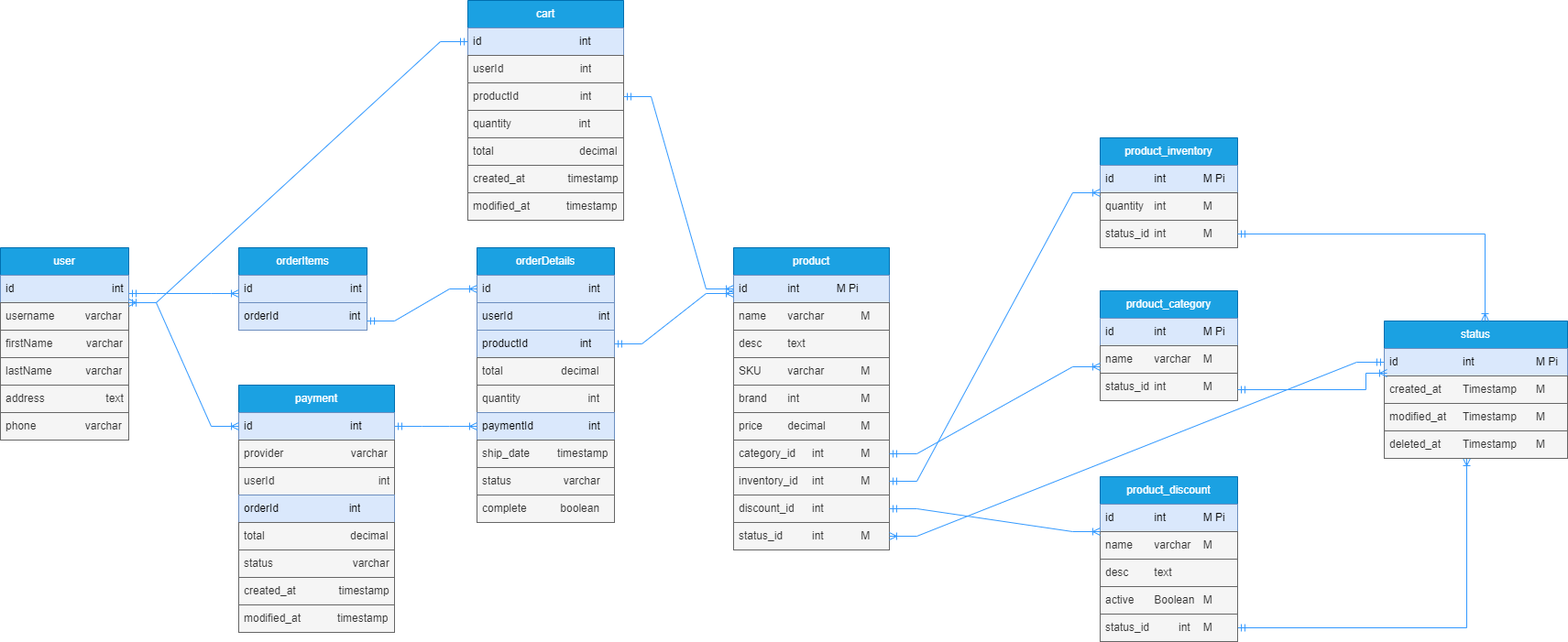
This is ecommerce.png from sharifmajumdar/fs14-ecommerce-erd, a draw.io export, as it was before one commit. Source tidied: cells renumbered, new cells last; positions are measured from the earlier drawing's top-left corner, leaving out a move shared by most shapes.
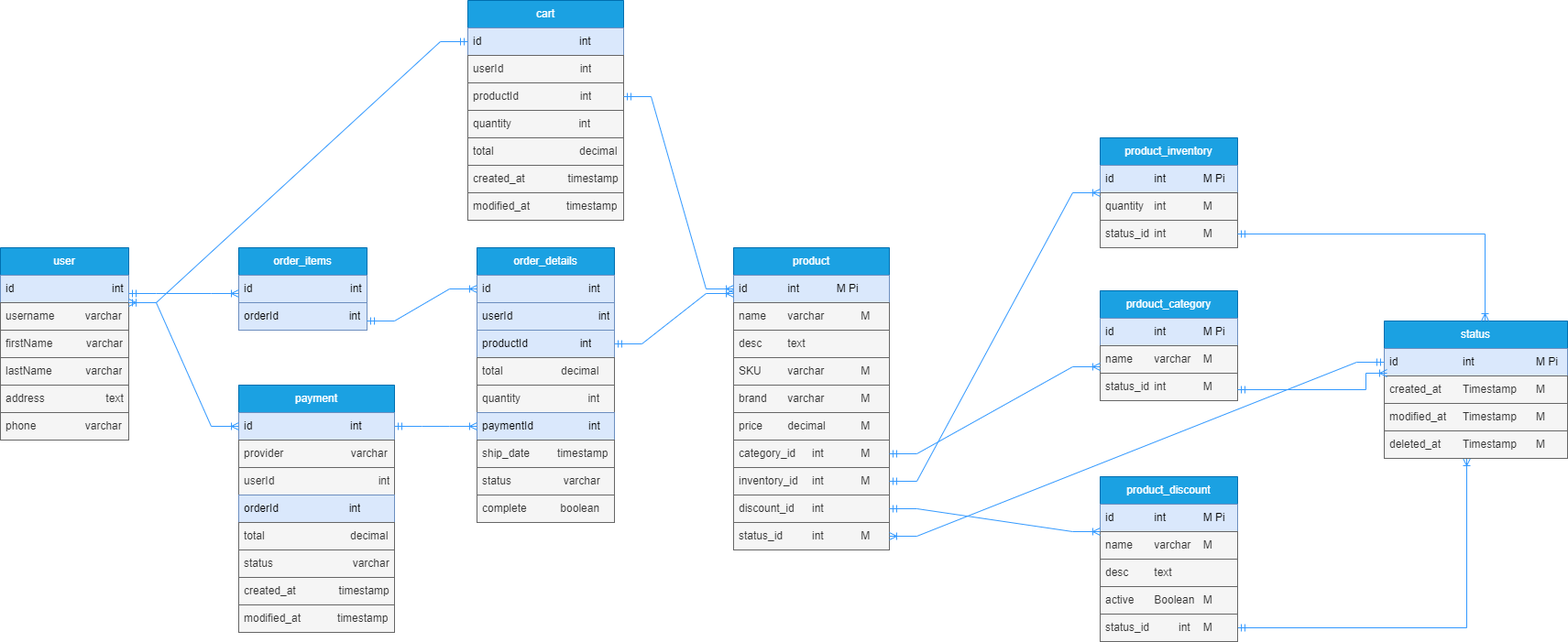
After the commit.

Change to the diagram source:
```diff
@@ -8,7 +8,7 @@
         <mxPoint x="329" y="290" as="targetPoint" />
       </mxGeometry>
     </mxCell>
-    <mxCell id="3" value="orderItems" style="swimlane;fontStyle=0;horizontal=1;startSize=30;whiteSpace=wrap;html=1;fillColor=#1ba1e2;strokeColor=#006EAF;fontColor=#ffffff;" parent="1" vertex="1">
+    <mxCell id="3" value="order_items" style="swimlane;fontStyle=0;horizontal=1;startSize=30;whiteSpace=wrap;html=1;fillColor=#1ba1e2;strokeColor=#006EAF;fontColor=#ffffff;" parent="1" vertex="1">
       <mxGeometry x="260" y="270" width="140" height="90" as="geometry" />
     </mxCell>
     <mxCell id="4" value="id&amp;nbsp; &amp;nbsp; &amp;nbsp; &amp;nbsp; &amp;nbsp; &amp;nbsp; &amp;nbsp; &amp;nbsp; &amp;nbsp; &amp;nbsp; &amp;nbsp; &amp;nbsp; &amp;nbsp; &amp;nbsp; &amp;nbsp; &amp;nbsp; int" style="text;align=left;verticalAlign=middle;spacingLeft=4;spacingRight=4;overflow=hidden;whiteSpace=wrap;html=1;fillColor=#dae8fc;fontColor=default;strokeColor=#6c8ebf;" parent="3" vertex="1">
@@ -17,7 +17,7 @@
     <mxCell id="5" value="orderId&amp;nbsp; &amp;nbsp; &amp;nbsp; &amp;nbsp; &amp;nbsp; &amp;nbsp; &amp;nbsp; &amp;nbsp; &amp;nbsp; &amp;nbsp; &amp;nbsp; &amp;nbsp;int" style="text;strokeColor=#6c8ebf;fillColor=#dae8fc;align=left;verticalAlign=middle;spacingLeft=4;spacingRight=4;overflow=hidden;whiteSpace=wrap;html=1;" parent="3" vertex="1">
       <mxGeometry y="60" width="140" height="30" as="geometry" />
     </mxCell>
-    <mxCell id="6" value="orderDetails" style="swimlane;fontStyle=0;horizontal=1;startSize=30;whiteSpace=wrap;html=1;fillColor=#1ba1e2;strokeColor=#006EAF;fontColor=#ffffff;" parent="1" vertex="1">
+    <mxCell id="6" value="order_details" style="swimlane;fontStyle=0;horizontal=1;startSize=30;whiteSpace=wrap;html=1;fillColor=#1ba1e2;strokeColor=#006EAF;fontColor=#ffffff;" parent="1" vertex="1">
       <mxGeometry x="520" y="270" width="150" height="300" as="geometry" />
     </mxCell>
     <mxCell id="7" value="id&amp;nbsp; &amp;nbsp; &amp;nbsp; &amp;nbsp; &amp;nbsp; &amp;nbsp; &amp;nbsp; &amp;nbsp; &amp;nbsp; &amp;nbsp; &amp;nbsp; &amp;nbsp; &amp;nbsp; &amp;nbsp; &amp;nbsp; &amp;nbsp; int" style="text;strokeColor=#6c8ebf;fillColor=#dae8fc;align=left;verticalAlign=middle;spacingLeft=4;spacingRight=4;overflow=hidden;points=[[0,0.5],[1,0.5]];portConstraint=eastwest;whiteSpace=wrap;html=1;" parent="6" vertex="1">
@@ -86,7 +86,7 @@
     <mxCell id="28" value="SKU&lt;span style=&quot;white-space: pre;&quot;&gt;&#9;&lt;/span&gt;&lt;span style=&quot;white-space: pre;&quot;&gt;&#9;&lt;/span&gt;varchar&lt;span style=&quot;white-space: pre;&quot;&gt;&#9;&lt;span style=&quot;white-space: pre;&quot;&gt;&#9;&lt;/span&gt;&lt;/span&gt;M" style="text;strokeColor=#666666;fillColor=#f5f5f5;align=left;verticalAlign=middle;spacingLeft=4;spacingRight=4;overflow=hidden;whiteSpace=wrap;html=1;fontColor=#333333;" parent="24" vertex="1">
       <mxGeometry y="120" width="170" height="30" as="geometry" />
     </mxCell>
-    <mxCell id="29" value="brand&lt;span style=&quot;white-space: pre;&quot;&gt;&#9;&lt;/span&gt;int&lt;span style=&quot;white-space: pre;&quot;&gt;&#9;&lt;/span&gt;&lt;span style=&quot;white-space: pre;&quot;&gt;&#9;&lt;span style=&quot;white-space: pre;&quot;&gt;&#9;&lt;/span&gt;&lt;/span&gt;M" style="text;strokeColor=#666666;fillColor=#f5f5f5;align=left;verticalAlign=middle;spacingLeft=4;spacingRight=4;overflow=hidden;whiteSpace=wrap;html=1;fontColor=#333333;" parent="24" vertex="1">
+    <mxCell id="29" value="brand&lt;span style=&quot;white-space: pre;&quot;&gt;&#9;&lt;/span&gt;varchar&lt;span style=&quot;white-space: pre;&quot;&gt;&#9;&lt;span style=&quot;white-space: pre;&quot;&gt;&#9;&lt;/span&gt;&lt;/span&gt;M" style="text;strokeColor=#666666;fillColor=#f5f5f5;align=left;verticalAlign=middle;spacingLeft=4;spacingRight=4;overflow=hidden;whiteSpace=wrap;html=1;fontColor=#333333;" parent="24" vertex="1">
       <mxGeometry y="150" width="170" height="30" as="geometry" />
     </mxCell>
     <mxCell id="30" value="price&lt;span style=&quot;white-space: pre;&quot;&gt;&#9;&lt;/span&gt;decimal&lt;span style=&quot;white-space: pre;&quot;&gt;&#9;&lt;span style=&quot;white-space: pre;&quot;&gt;&#9;&lt;/span&gt;&lt;/span&gt;M" style="text;strokeColor=#666666;fillColor=#f5f5f5;align=left;verticalAlign=middle;spacingLeft=4;spacingRight=4;overflow=hidden;whiteSpace=wrap;html=1;fontColor=#333333;" parent="24" vertex="1">
```
